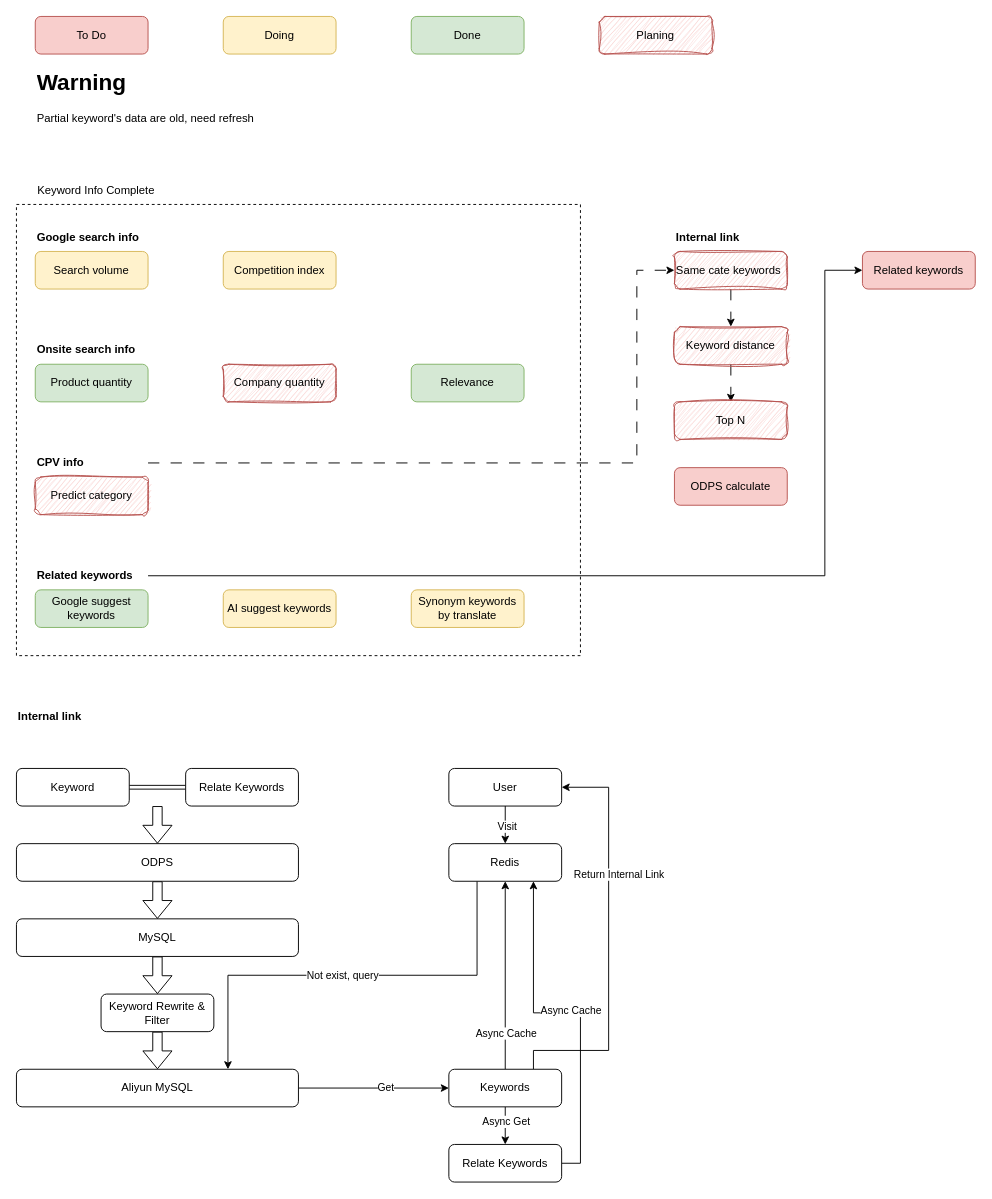
VisableHarry/seo-drawio keeps this draw.io diagram as drawio/keyword_optimize.drawio. Above is the earlier version. Source tidied: cells renumbered, new cells numbered last; positions are measured from the earlier drawing's top-left corner, leaving out a move shared by most shapes. Both pictures are drawn from the tidied source at 94%, with x=0, y=0 at pixel (16, 16).
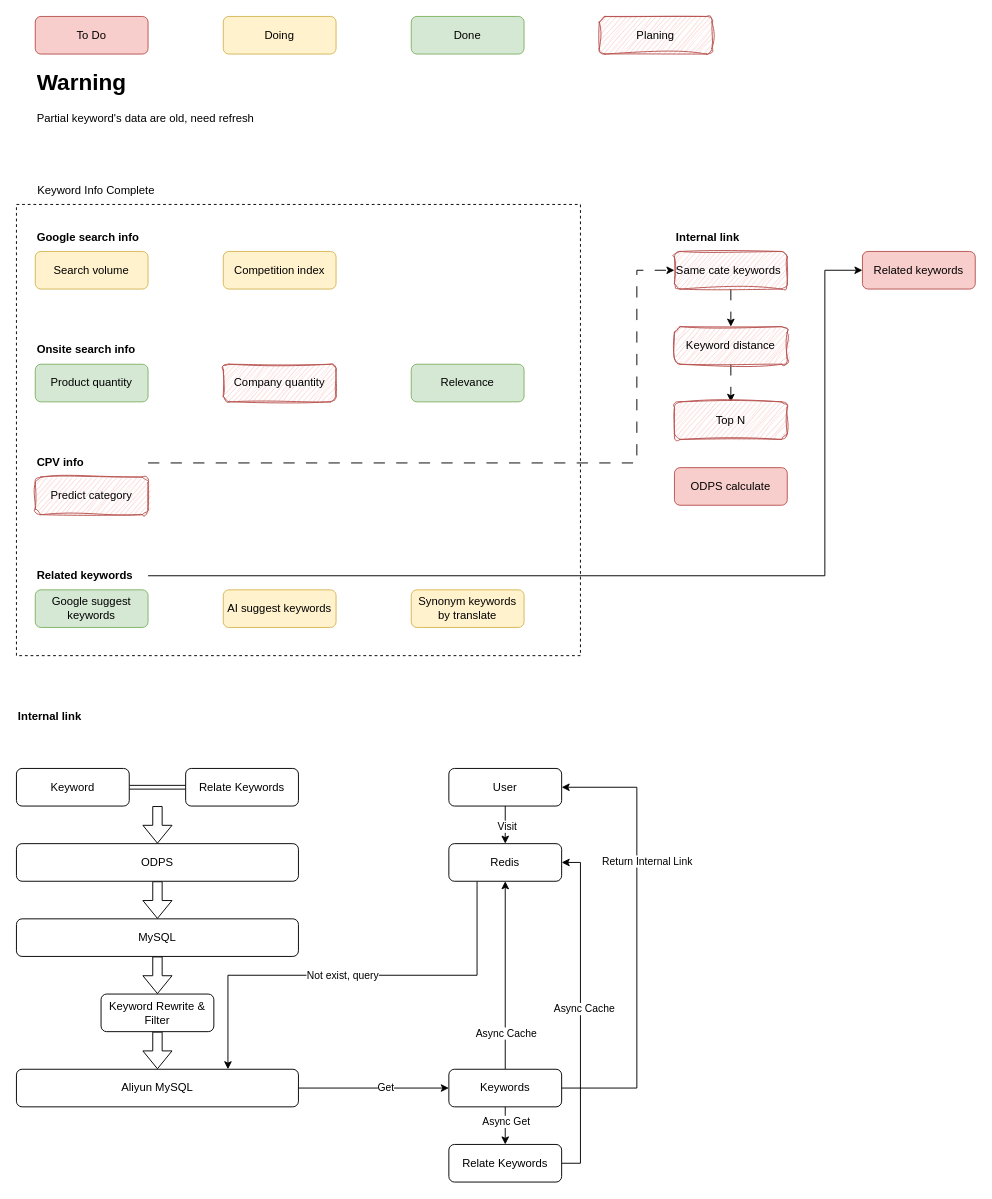
The same diagram, later.

Unchanged cells that the change refers to:
```xml
<mxCell id="47" value="User" style="rounded=1;whiteSpace=wrap;html=1;" parent="1" vertex="1">
  <mxGeometry x="460" y="800" width="120" height="40" as="geometry" />
</mxCell>
<mxCell id="50" value="Redis" style="rounded=1;whiteSpace=wrap;html=1;" parent="1" vertex="1">
  <mxGeometry x="460" y="880" width="120" height="40" as="geometry" />
</mxCell>
<mxCell id="57" value="Keywords" style="rounded=1;whiteSpace=wrap;html=1;" parent="1" vertex="1">
  <mxGeometry x="460" y="1120" width="120" height="40" as="geometry" />
</mxCell>
<mxCell id="61" value="Relate Keywords" style="rounded=1;whiteSpace=wrap;html=1;" parent="1" vertex="1">
  <mxGeometry x="460" y="1200" width="120" height="40" as="geometry" />
</mxCell>
```

What changed in the source:
```diff
@@
-    <mxCell id="55" style="edgeStyle=orthogonalEdgeStyle;rounded=0;jettySize=auto;html=1;exitX=0.75;exitY=0;exitDx=0;exitDy=0;entryX=1;entryY=0.5;entryDx=0;entryDy=0;" parent="1" edge="1" source="57" target="47">
+    <mxCell id="55" style="edgeStyle=orthogonalEdgeStyle;rounded=0;jettySize=auto;html=1;exitX=1;exitY=0.5;exitDx=0;exitDy=0;entryX=1;entryY=0.5;entryDx=0;entryDy=0;" parent="1" edge="1" source="57" target="47">
       <mxGeometry relative="1" as="geometry">
         <Array as="points">
-          <mxPoint x="550" y="1100" />
-          <mxPoint x="630" y="1100" />
-          <mxPoint x="630" y="820" />
+          <mxPoint x="660" y="1140" />
+          <mxPoint x="660" y="820" />
         </Array>
       </mxGeometry>
     </mxCell>
@@
-    <mxCell id="59" style="edgeStyle=orthogonalEdgeStyle;rounded=0;jettySize=auto;html=1;exitX=1;exitY=0.5;exitDx=0;exitDy=0;entryX=0.75;entryY=1;entryDx=0;entryDy=0;" parent="1" edge="1" source="61" target="50">
+    <mxCell id="59" style="edgeStyle=orthogonalEdgeStyle;rounded=0;jettySize=auto;html=1;exitX=1;exitY=0.5;exitDx=0;exitDy=0;entryX=1;entryY=0.5;entryDx=0;entryDy=0;" parent="1" edge="1" source="61" target="50">
       <mxGeometry relative="1" as="geometry" />
     </mxCell>
```
